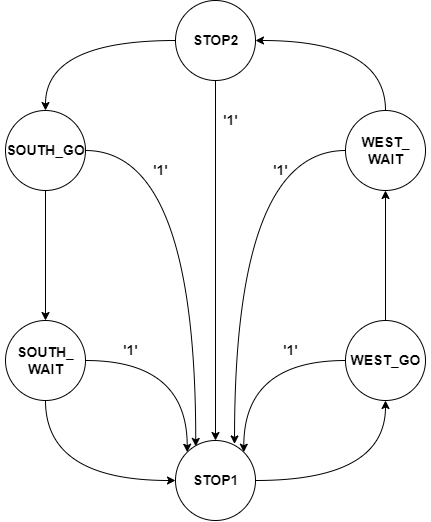
Before: labs/08-traffic_lights/images/diagram.png, a diagram exported from draw.io (Marxs31/digital-electronics-1). Source tidied: cells renumbered, new cells last; positions are measured from the earlier drawing's top-left corner, leaving out a move shared by most shapes. The source it was exported from:
```xml
<mxGraphModel>
  <root>
    <mxCell id="0" />
    <mxCell id="1" parent="0" />
    <mxCell id="2" style="edgeStyle=orthogonalEdgeStyle;rounded=0;jettySize=auto;html=1;exitX=0.5;exitY=1;exitDx=0;exitDy=0;entryX=0.5;entryY=0;entryDx=0;entryDy=0;fontSize=14;" parent="1" edge="1" source="4" target="18">
      <mxGeometry relative="1" as="geometry" />
    </mxCell>
    <mxCell id="3" style="edgeStyle=orthogonalEdgeStyle;rounded=0;jettySize=auto;html=1;exitX=1;exitY=0.5;exitDx=0;exitDy=0;fontSize=14;entryX=0.253;entryY=0.074;entryDx=0;entryDy=0;entryPerimeter=0;curved=1;" parent="1" edge="1" source="4" target="15">
      <mxGeometry relative="1" as="geometry" />
    </mxCell>
    <mxCell id="4" style="ellipse;whiteSpace=wrap;html=1;fontSize=14;" parent="1" vertex="1">
      <mxGeometry x="5" y="110" width="80" height="80" as="geometry" />
    </mxCell>
    <mxCell id="5" style="edgeStyle=orthogonalEdgeStyle;rounded=0;jettySize=auto;html=1;exitX=0.5;exitY=0;exitDx=0;exitDy=0;entryX=1;entryY=0.5;entryDx=0;entryDy=0;fontSize=14;curved=1;" parent="1" edge="1" source="7" target="10">
      <mxGeometry relative="1" as="geometry" />
    </mxCell>
    <mxCell id="6" style="edgeStyle=orthogonalEdgeStyle;rounded=0;jettySize=auto;html=1;exitX=0;exitY=0.5;exitDx=0;exitDy=0;entryX=0.738;entryY=0.043;entryDx=0;entryDy=0;entryPerimeter=0;fontSize=14;curved=1;" parent="1" edge="1" source="7" target="15">
      <mxGeometry relative="1" as="geometry" />
    </mxCell>
    <mxCell id="7" style="ellipse;whiteSpace=wrap;html=1;fontSize=14;" parent="1" vertex="1">
      <mxGeometry x="345" y="110" width="80" height="80" as="geometry" />
    </mxCell>
    <mxCell id="8" style="edgeStyle=orthogonalEdgeStyle;rounded=0;jettySize=auto;html=1;exitX=0;exitY=0.5;exitDx=0;exitDy=0;fontSize=14;curved=1;" parent="1" edge="1" source="10" target="4">
      <mxGeometry relative="1" as="geometry" />
    </mxCell>
    <mxCell id="9" style="edgeStyle=orthogonalEdgeStyle;rounded=0;jettySize=auto;html=1;exitX=0.5;exitY=1;exitDx=0;exitDy=0;entryX=0.5;entryY=0;entryDx=0;entryDy=0;fontSize=14;" parent="1" edge="1" source="10" target="15">
      <mxGeometry relative="1" as="geometry" />
    </mxCell>
    <mxCell id="10" style="ellipse;whiteSpace=wrap;html=1;fontSize=14;" parent="1" vertex="1">
      <mxGeometry x="175" width="80" height="80" as="geometry" />
    </mxCell>
    <mxCell id="11" style="edgeStyle=orthogonalEdgeStyle;rounded=0;jettySize=auto;html=1;exitX=0.5;exitY=0;exitDx=0;exitDy=0;entryX=0.5;entryY=1;entryDx=0;entryDy=0;fontSize=14;" parent="1" edge="1" source="13" target="7">
      <mxGeometry relative="1" as="geometry" />
    </mxCell>
    <mxCell id="12" style="edgeStyle=orthogonalEdgeStyle;rounded=0;jettySize=auto;html=1;exitX=0;exitY=0.5;exitDx=0;exitDy=0;entryX=1;entryY=0;entryDx=0;entryDy=0;fontSize=14;curved=1;" parent="1" edge="1" source="13" target="15">
      <mxGeometry relative="1" as="geometry" />
    </mxCell>
    <mxCell id="13" style="ellipse;whiteSpace=wrap;html=1;fontSize=14;" parent="1" vertex="1">
      <mxGeometry x="345" y="320" width="80" height="80" as="geometry" />
    </mxCell>
    <mxCell id="14" style="edgeStyle=orthogonalEdgeStyle;rounded=0;jettySize=auto;html=1;exitX=1;exitY=0.5;exitDx=0;exitDy=0;entryX=0.5;entryY=1;entryDx=0;entryDy=0;fontSize=14;curved=1;" parent="1" edge="1" source="15" target="13">
      <mxGeometry relative="1" as="geometry" />
    </mxCell>
    <mxCell id="15" style="ellipse;whiteSpace=wrap;html=1;fontSize=14;" parent="1" vertex="1">
      <mxGeometry x="175" y="440" width="80" height="80" as="geometry" />
    </mxCell>
    <mxCell id="16" style="edgeStyle=orthogonalEdgeStyle;rounded=0;jettySize=auto;html=1;exitX=0.5;exitY=1;exitDx=0;exitDy=0;entryX=0;entryY=0.5;entryDx=0;entryDy=0;fontSize=14;curved=1;" parent="1" edge="1" source="18" target="15">
      <mxGeometry relative="1" as="geometry" />
    </mxCell>
    <mxCell id="17" style="edgeStyle=orthogonalEdgeStyle;rounded=0;jettySize=auto;html=1;exitX=1;exitY=0.5;exitDx=0;exitDy=0;entryX=0;entryY=0;entryDx=0;entryDy=0;fontSize=14;curved=1;" parent="1" edge="1" source="18" target="15">
      <mxGeometry relative="1" as="geometry" />
    </mxCell>
    <mxCell id="18" style="ellipse;whiteSpace=wrap;html=1;fontSize=14;" parent="1" vertex="1">
      <mxGeometry x="5" y="320" width="80" height="80" as="geometry" />
    </mxCell>
    <mxCell id="19" value="&lt;b&gt;STOP1&lt;/b&gt;" style="text;html=1;align=center;verticalAlign=middle;strokeColor=none;fillColor=none;fontSize=14;" parent="1" vertex="1">
      <mxGeometry x="185" y="470" width="60" height="20" as="geometry" />
    </mxCell>
    <mxCell id="20" value="&lt;b&gt;WEST_GO&lt;/b&gt;" style="text;html=1;align=center;verticalAlign=middle;strokeColor=none;fillColor=none;fontSize=14;" parent="1" vertex="1">
      <mxGeometry x="340" y="350" width="90" height="20" as="geometry" />
    </mxCell>
    <mxCell id="21" value="&lt;b&gt;WEST_&lt;br&gt;WAIT&lt;/b&gt;" style="text;html=1;align=center;verticalAlign=middle;strokeColor=none;fillColor=none;fontSize=14;" parent="1" vertex="1">
      <mxGeometry x="355" y="130" width="60" height="40" as="geometry" />
    </mxCell>
    <mxCell id="22" value="&lt;b&gt;STOP2&lt;/b&gt;" style="text;html=1;align=center;verticalAlign=middle;strokeColor=none;fillColor=none;fontSize=14;" parent="1" vertex="1">
      <mxGeometry x="185" y="30" width="60" height="20" as="geometry" />
    </mxCell>
    <mxCell id="23" value="&lt;b&gt;SOUTH_GO&lt;/b&gt;" style="text;html=1;align=center;verticalAlign=middle;strokeColor=none;fillColor=none;fontSize=14;" parent="1" vertex="1">
      <mxGeometry y="140" width="90" height="20" as="geometry" />
    </mxCell>
    <mxCell id="24" value="&lt;b&gt;SOUTH_&lt;br&gt;WAIT&lt;/b&gt;" style="text;html=1;align=center;verticalAlign=middle;strokeColor=none;fillColor=none;fontSize=14;" parent="1" vertex="1">
      <mxGeometry x="10" y="340" width="70" height="40" as="geometry" />
    </mxCell>
    <mxCell id="25" value="&lt;b&gt;'1'&lt;/b&gt;" style="text;html=1;align=center;verticalAlign=middle;strokeColor=none;fillColor=none;fontSize=14;" parent="1" vertex="1">
      <mxGeometry x="145" y="160" width="30" height="20" as="geometry" />
    </mxCell>
    <mxCell id="26" value="&lt;b&gt;'1'&lt;/b&gt;" style="text;html=1;align=center;verticalAlign=middle;strokeColor=none;fillColor=none;fontSize=14;" parent="1" vertex="1">
      <mxGeometry x="215" y="110" width="30" height="20" as="geometry" />
    </mxCell>
    <mxCell id="27" value="&lt;b&gt;'1'&lt;/b&gt;" style="text;html=1;align=center;verticalAlign=middle;strokeColor=none;fillColor=none;fontSize=14;" parent="1" vertex="1">
      <mxGeometry x="265" y="160" width="30" height="20" as="geometry" />
    </mxCell>
    <mxCell id="28" value="&lt;b&gt;'1'&lt;/b&gt;" style="text;html=1;align=center;verticalAlign=middle;strokeColor=none;fillColor=none;fontSize=14;" parent="1" vertex="1">
      <mxGeometry x="115" y="340" width="30" height="20" as="geometry" />
    </mxCell>
    <mxCell id="29" value="&lt;b&gt;'1'&lt;/b&gt;" style="text;html=1;align=center;verticalAlign=middle;strokeColor=none;fillColor=none;fontSize=14;" parent="1" vertex="1">
      <mxGeometry x="275" y="340" width="30" height="20" as="geometry" />
    </mxCell>
  </root>
</mxGraphModel>
```
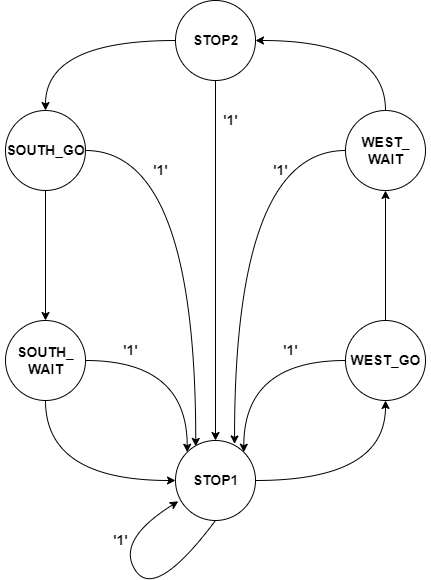
Above is the later version.

The edit, as a diff of the source:
```diff
@@ -86,5 +86,16 @@
     <mxCell id="29" value="&lt;b&gt;'1'&lt;/b&gt;" style="text;html=1;align=center;verticalAlign=middle;strokeColor=none;fillColor=none;fontSize=14;" parent="1" vertex="1">
       <mxGeometry x="275" y="340" width="30" height="20" as="geometry" />
     </mxCell>
+    <mxCell id="30" style="curved=1;endArrow=classic;html=1;rounded=0;fontSize=14;exitX=0.5;exitY=1;exitDx=0;exitDy=0;entryX=0.035;entryY=0.76;entryDx=0;entryDy=0;entryPerimeter=0;" parent="1" edge="1" source="15" target="15">
+      <mxGeometry relative="1" as="geometry">
+        <Array as="points">
+          <mxPoint x="155" y="600" />
+          <mxPoint x="115" y="540" />
+        </Array>
+      </mxGeometry>
+    </mxCell>
+    <mxCell id="31" value="&lt;b&gt;'1'&lt;/b&gt;" style="text;html=1;align=center;verticalAlign=middle;strokeColor=none;fillColor=none;fontSize=14;" parent="1" vertex="1">
+      <mxGeometry x="105" y="530" width="30" height="20" as="geometry" />
+    </mxCell>
   </root>
 </mxGraphModel>
```
